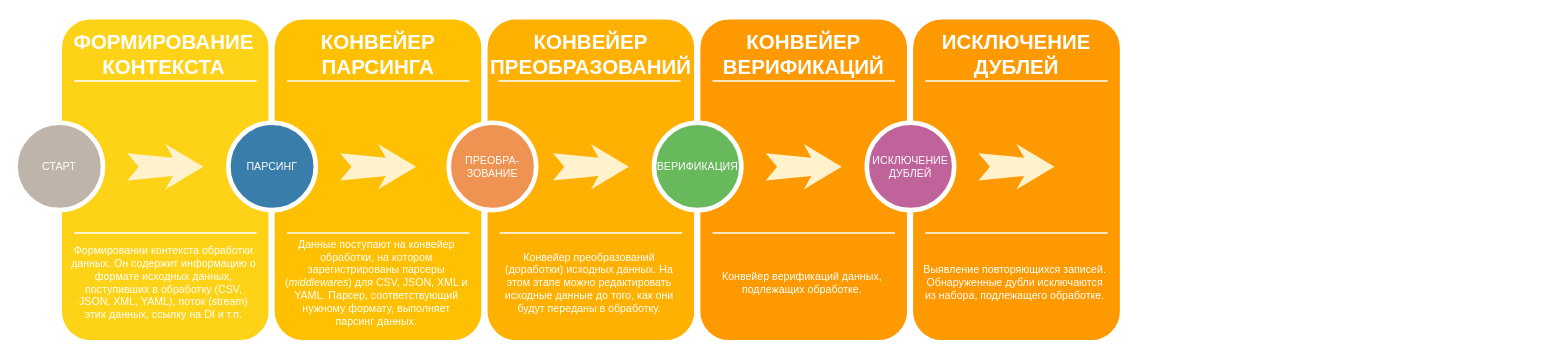
Above: Диаграмма без названия.drawio in Andrey-Bushman/data-import (draw.io), before the change. Source tidied: cells renumbered, new cells numbered last; positions are measured from the earlier drawing's top-left corner, leaving out a move shared by most shapes. Both pictures are drawn from the tidied source at 76%, with x=0, y=0 at pixel (15, 16).
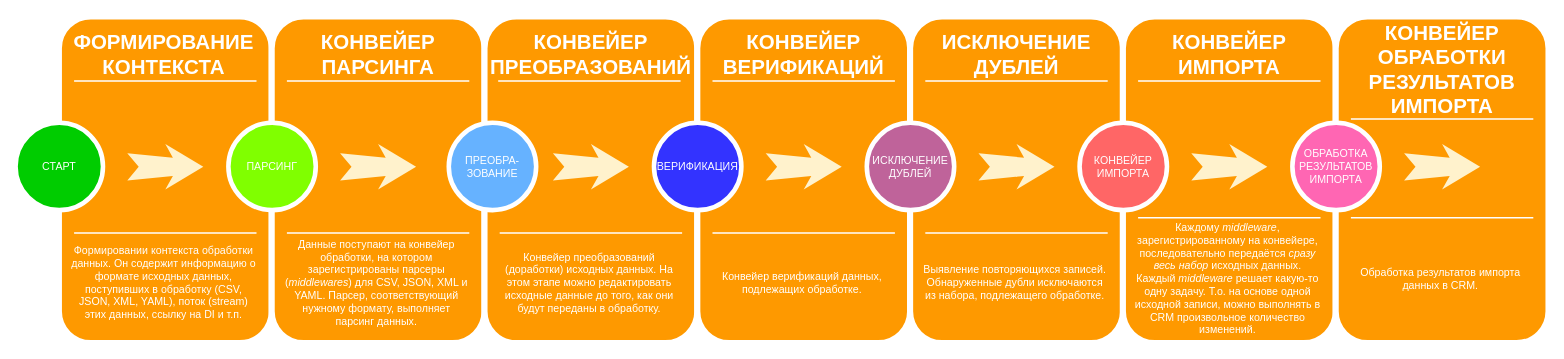
The same page after the edit.

The edit, as a diff of the source:
```diff
@@
-    <mxCell id="2" style="whiteSpace=wrap;html=1;rounded=1;shadow=0;strokeWidth=8;fontSize=20;align=center;fillColor=#FED217;strokeColor=#FFFFFF;" parent="1" vertex="1">
+    <mxCell id="2" style="whiteSpace=wrap;html=1;rounded=1;shadow=0;strokeWidth=8;fontSize=20;align=center;fillColor=#FE9900;strokeColor=#FFFFFF;" parent="1" vertex="1">
       <mxGeometry x="57" width="280" height="430" as="geometry" />
     </mxCell>
@@
-    <mxCell id="7" value="СТАРТ" style="ellipse;whiteSpace=wrap;html=1;rounded=0;shadow=0;strokeWidth=6;fontSize=14;align=center;fillColor=#BFB4A9;strokeColor=#FFFFFF;fontColor=#FFFFFF;" parent="1" vertex="1">
+    <mxCell id="7" value="СТАРТ" style="ellipse;whiteSpace=wrap;html=1;rounded=0;shadow=0;strokeWidth=6;fontSize=14;align=center;fillColor=#00CC00;strokeColor=#FFFFFF;fontColor=#FFFFFF;" parent="1" vertex="1">
       <mxGeometry y="140" width="115" height="115" as="geometry" />
     </mxCell>
@@
-    <mxCell id="9" style="whiteSpace=wrap;html=1;rounded=1;shadow=0;strokeWidth=8;fontSize=20;align=center;fillColor=#FFC001;strokeColor=#FFFFFF;" parent="1" vertex="1">
+    <mxCell id="9" style="whiteSpace=wrap;html=1;rounded=1;shadow=0;strokeWidth=8;fontSize=20;align=center;fillColor=#FE9900;strokeColor=#FFFFFF;" parent="1" vertex="1">
       <mxGeometry x="337" width="280" height="430" as="geometry" />
     </mxCell>
@@
-    <mxCell id="14" value="ПАРСИНГ" style="ellipse;whiteSpace=wrap;html=1;rounded=0;shadow=0;strokeWidth=6;fontSize=14;align=center;fillColor=#397DAA;strokeColor=#FFFFFF;fontColor=#FFFFFF;" parent="1" vertex="1">
+    <mxCell id="14" value="ПАРСИНГ" style="ellipse;whiteSpace=wrap;html=1;rounded=0;shadow=0;strokeWidth=6;fontSize=14;align=center;fillColor=#80FF00;strokeColor=#FFFFFF;fontColor=#FFFFFF;" parent="1" vertex="1">
       <mxGeometry x="280" y="140" width="115" height="115" as="geometry" />
     </mxCell>
@@
-    <mxCell id="16" style="whiteSpace=wrap;html=1;rounded=1;shadow=0;strokeWidth=8;fontSize=20;align=center;fillColor=#FFB001;strokeColor=#FFFFFF;" parent="1" vertex="1">
+    <mxCell id="16" style="whiteSpace=wrap;html=1;rounded=1;shadow=0;strokeWidth=8;fontSize=20;align=center;fillColor=#FE9900;strokeColor=#FFFFFF;" parent="1" vertex="1">
       <mxGeometry x="617" width="280" height="430" as="geometry" />
     </mxCell>
@@
-    <mxCell id="21" value="ПРЕОБРА-ЗОВАНИЕ" style="ellipse;whiteSpace=wrap;html=1;rounded=0;shadow=0;strokeWidth=6;fontSize=14;align=center;fillColor=#EF9353;strokeColor=#FFFFFF;fontColor=#FFFFFF;" parent="1" vertex="1">
+    <mxCell id="21" value="ПРЕОБРА-ЗОВАНИЕ" style="ellipse;whiteSpace=wrap;html=1;rounded=0;shadow=0;strokeWidth=6;fontSize=14;align=center;fillColor=#66B2FF;strokeColor=#FFFFFF;fontColor=#FFFFFF;" parent="1" vertex="1">
       <mxGeometry x="570" y="140" width="115" height="115" as="geometry" />
     </mxCell>
@@
-    <mxCell id="28" value="ВЕРИФИКАЦИЯ" style="ellipse;whiteSpace=wrap;html=1;rounded=0;shadow=0;strokeWidth=6;fontSize=14;align=center;fillColor=#68B85C;strokeColor=#FFFFFF;fontColor=#FFFFFF;" parent="1" vertex="1">
+    <mxCell id="28" value="ВЕРИФИКАЦИЯ" style="ellipse;whiteSpace=wrap;html=1;rounded=0;shadow=0;strokeWidth=6;fontSize=14;align=center;fillColor=#3333FF;strokeColor=#FFFFFF;fontColor=#FFFFFF;" parent="1" vertex="1">
       <mxGeometry x="840" y="140" width="115" height="115" as="geometry" />
     </mxCell>
@@
+    <mxCell id="37" style="whiteSpace=wrap;html=1;rounded=1;shadow=0;strokeWidth=8;fontSize=20;align=center;fillColor=#FE9900;strokeColor=#FFFFFF;" parent="1" vertex="1">
+      <mxGeometry x="1457" width="280" height="430" as="geometry" />
+    </mxCell>
+    <mxCell id="38" value="КОНВЕЙЕР ИМПОРТА" style="text;html=1;strokeColor=none;fillColor=none;align=center;verticalAlign=middle;whiteSpace=wrap;rounded=0;shadow=0;fontSize=27;fontColor=#FFFFFF;fontStyle=1;" parent="1" vertex="1">
+      <mxGeometry x="1457" y="20" width="280" height="60" as="geometry" />
+    </mxCell>
+    <mxCell id="39" value="Каждому &lt;i&gt;middleware&lt;/i&gt;, зарегистрированному на конвейере, последовательно передаётся &lt;i&gt;сразу весь набор&lt;/i&gt; исходных данных. Каждый &lt;i&gt;middleware &lt;/i&gt;решает какую-то одну задачу. Т.о. на основе одной исходной записи, можно выполнять в CRM произвольное количество изменений." style="text;html=1;strokeColor=none;fillColor=none;align=center;verticalAlign=middle;whiteSpace=wrap;rounded=0;shadow=0;fontSize=14;fontColor=#FFFFFF;" parent="1" vertex="1">
+      <mxGeometry x="1470" y="280" width="250" height="130" as="geometry" />
+    </mxCell>
+    <mxCell id="40" style="line;strokeWidth=2;html=1;rounded=0;shadow=0;fontSize=27;align=center;fillColor=none;strokeColor=#FFFFFF;" parent="1" vertex="1">
+      <mxGeometry x="1477" y="80" width="240" height="10" as="geometry" />
+    </mxCell>
+    <mxCell id="41" style="line;strokeWidth=2;html=1;rounded=0;shadow=0;fontSize=27;align=center;fillColor=none;strokeColor=#FFFFFF;" parent="1" vertex="1">
+      <mxGeometry x="1477" y="260" width="240" height="10" as="geometry" />
+    </mxCell>
+    <mxCell id="42" style="html=1;shadow=0;dashed=0;align=center;verticalAlign=middle;shape=mxgraph.arrows2.stylisedArrow;dy=0.6;dx=40;notch=15;feather=0.4;rounded=0;strokeWidth=1;fontSize=27;strokeColor=none;fillColor=#fff2cc;" parent="1" vertex="1">
+      <mxGeometry x="1547" y="168" width="100" height="60" as="geometry" />
+    </mxCell>
+    <mxCell id="43" value="КОНВЕЙЕР ИМПОРТА" style="ellipse;whiteSpace=wrap;html=1;rounded=0;shadow=0;strokeWidth=6;fontSize=14;align=center;fillColor=#FF6666;strokeColor=#FFFFFF;fontColor=#FFFFFF;" parent="1" vertex="1">
+      <mxGeometry x="1400" y="140" width="115" height="115" as="geometry" />
+    </mxCell>
+    <mxCell id="44" style="whiteSpace=wrap;html=1;rounded=1;shadow=0;strokeWidth=8;fontSize=20;align=center;fillColor=#FE9900;strokeColor=#FFFFFF;" parent="1" vertex="1">
+      <mxGeometry x="1737" width="280" height="430" as="geometry" />
+    </mxCell>
+    <mxCell id="45" value="КОНВЕЙЕР ОБРАБОТКИ РЕЗУЛЬТАТОВ ИМПОРТА" style="text;html=1;strokeColor=none;fillColor=none;align=center;verticalAlign=middle;whiteSpace=wrap;rounded=0;shadow=0;fontSize=27;fontColor=#FFFFFF;fontStyle=1;" parent="1" vertex="1">
+      <mxGeometry x="1737" y="20" width="280" height="100" as="geometry" />
+    </mxCell>
+    <mxCell id="46" value="Обработка результатов импорта данных в CRM." style="text;html=1;strokeColor=none;fillColor=none;align=center;verticalAlign=middle;whiteSpace=wrap;rounded=0;shadow=0;fontSize=14;fontColor=#FFFFFF;" parent="1" vertex="1">
+      <mxGeometry x="1750" y="280" width="250" height="130" as="geometry" />
+    </mxCell>
+    <mxCell id="47" style="line;strokeWidth=2;html=1;rounded=0;shadow=0;fontSize=27;align=center;fillColor=none;strokeColor=#FFFFFF;" parent="1" vertex="1">
+      <mxGeometry x="1757" y="130" width="240" height="10" as="geometry" />
+    </mxCell>
+    <mxCell id="48" style="line;strokeWidth=2;html=1;rounded=0;shadow=0;fontSize=27;align=center;fillColor=none;strokeColor=#FFFFFF;" parent="1" vertex="1">
+      <mxGeometry x="1757" y="260" width="240" height="10" as="geometry" />
+    </mxCell>
+    <mxCell id="49" style="html=1;shadow=0;dashed=0;align=center;verticalAlign=middle;shape=mxgraph.arrows2.stylisedArrow;dy=0.6;dx=40;notch=15;feather=0.4;rounded=0;strokeWidth=1;fontSize=27;strokeColor=none;fillColor=#fff2cc;" parent="1" vertex="1">
+      <mxGeometry x="1827" y="168" width="100" height="60" as="geometry" />
+    </mxCell>
+    <mxCell id="50" value="ОБРАБОТКА РЕЗУЛЬТАТОВ ИМПОРТА" style="ellipse;whiteSpace=wrap;html=1;rounded=0;shadow=0;strokeWidth=6;fontSize=14;align=center;fillColor=#FF66B3;strokeColor=#FFFFFF;fontColor=#FFFFFF;" parent="1" vertex="1">
+      <mxGeometry x="1680" y="140" width="115" height="115" as="geometry" />
+    </mxCell>
```
